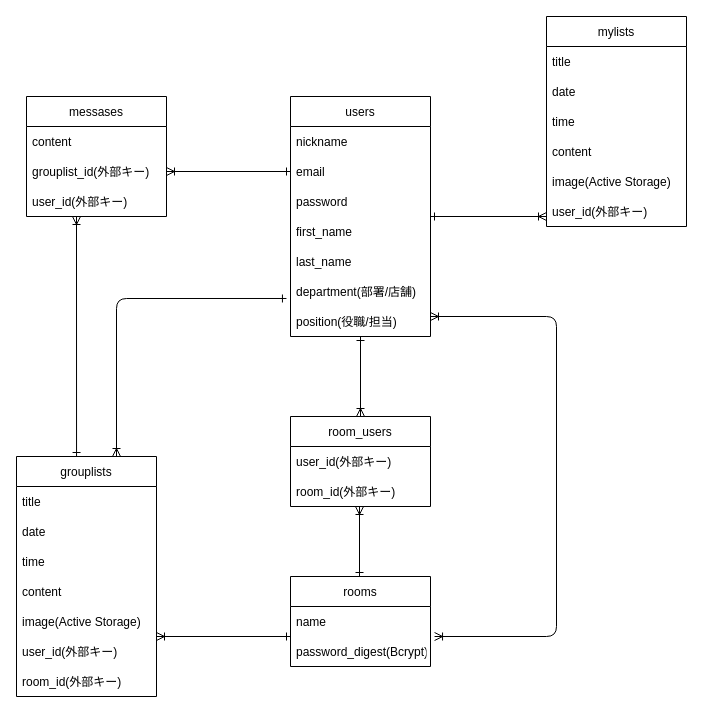
sskryu322/first-todo keeps this draw.io diagram as ER .dio. Above is the earlier version. Source tidied: cells renumbered, new cells numbered last; positions are measured from the earlier drawing's top-left corner, leaving out a move shared by most shapes. Both pictures are drawn from the tidied source at 100%, with x=0, y=0 at pixel (16, 16).
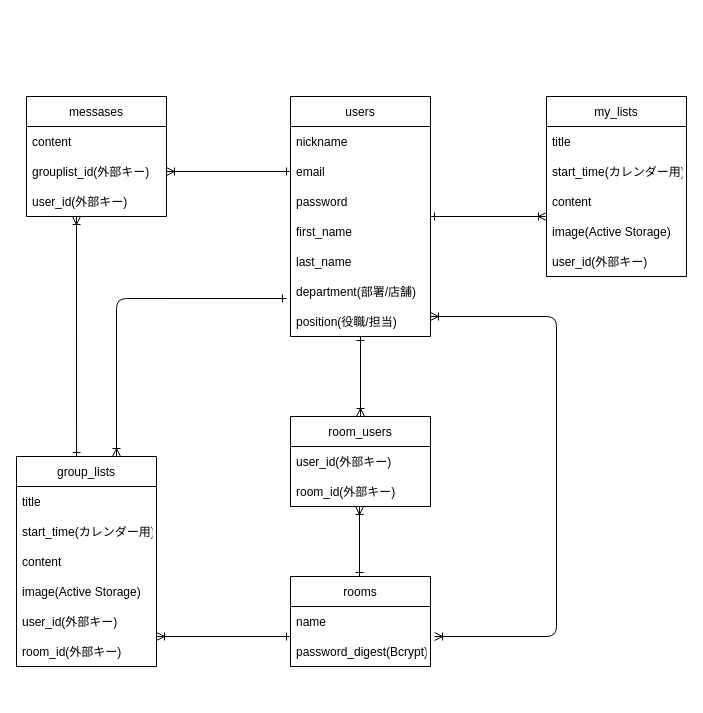
The same diagram, later.

What changed in the source:
```diff
@@
-    <mxCell id="10" value="mylists" style="swimlane;fontStyle=0;horizontal=1;startSize=30;" parent="1" vertex="1">
-      <mxGeometry x="530" width="140" height="210" as="geometry" />
+    <mxCell id="10" value="my_lists" style="swimlane;fontStyle=0;horizontal=1;startSize=30;" parent="1" vertex="1">
+      <mxGeometry x="530" y="80" width="140" height="180" as="geometry" />
     </mxCell>
@@
-    <mxCell id="12" value="date" style="text;strokeColor=none;fillColor=none;align=left;verticalAlign=middle;spacingLeft=4;spacingRight=4;overflow=hidden;" parent="10" vertex="1">
+    <mxCell id="12" value="start_time(カレンダー用)" style="text;strokeColor=none;fillColor=none;align=left;verticalAlign=middle;spacingLeft=4;spacingRight=4;overflow=hidden;" parent="10" vertex="1">
       <mxGeometry y="60" width="140" height="30" as="geometry" />
     </mxCell>
-    <mxCell id="13" value="time" style="text;strokeColor=none;fillColor=none;align=left;verticalAlign=middle;spacingLeft=4;spacingRight=4;overflow=hidden;" parent="10" vertex="1">
-      <mxGeometry y="90" width="140" height="30" as="geometry" />
-    </mxCell>
     <mxCell id="14" value="content" style="text;strokeColor=none;fillColor=none;align=left;verticalAlign=middle;spacingLeft=4;spacingRight=4;overflow=hidden;" parent="10" vertex="1">
-      <mxGeometry y="120" width="140" height="30" as="geometry" />
+      <mxGeometry y="90" width="140" height="30" as="geometry" />
     </mxCell>
     <mxCell id="15" value="image(Active Storage)" style="text;strokeColor=none;fillColor=none;align=left;verticalAlign=middle;spacingLeft=4;spacingRight=4;overflow=hidden;" parent="10" vertex="1">
-      <mxGeometry y="150" width="140" height="30" as="geometry" />
+      <mxGeometry y="120" width="140" height="30" as="geometry" />
     </mxCell>
     <mxCell id="16" value="user_id(外部キー)" style="text;strokeColor=none;fillColor=none;align=left;verticalAlign=middle;spacingLeft=4;spacingRight=4;overflow=hidden;" parent="10" vertex="1">
-      <mxGeometry y="180" width="140" height="30" as="geometry" />
+      <mxGeometry y="150" width="140" height="30" as="geometry" />
     </mxCell>
@@
-    <mxCell id="23" value="grouplists" style="swimlane;fontStyle=0;horizontal=1;startSize=30;" parent="1" vertex="1">
-      <mxGeometry y="440" width="140" height="240" as="geometry" />
+    <mxCell id="23" value="group_lists" style="swimlane;fontStyle=0;horizontal=1;startSize=30;" parent="1" vertex="1">
+      <mxGeometry y="440" width="140" height="210" as="geometry" />
     </mxCell>
@@
-    <mxCell id="25" value="date" style="text;strokeColor=none;fillColor=none;align=left;verticalAlign=middle;spacingLeft=4;spacingRight=4;overflow=hidden;" parent="23" vertex="1">
+    <mxCell id="25" value="start_time(カレンダー用)" style="text;strokeColor=none;fillColor=none;align=left;verticalAlign=middle;spacingLeft=4;spacingRight=4;overflow=hidden;" parent="23" vertex="1">
       <mxGeometry y="60" width="140" height="30" as="geometry" />
     </mxCell>
-    <mxCell id="26" value="time" style="text;strokeColor=none;fillColor=none;align=left;verticalAlign=middle;spacingLeft=4;spacingRight=4;overflow=hidden;" parent="23" vertex="1">
-      <mxGeometry y="90" width="140" height="30" as="geometry" />
-    </mxCell>
     <mxCell id="27" value="content" style="text;strokeColor=none;fillColor=none;align=left;verticalAlign=middle;spacingLeft=4;spacingRight=4;overflow=hidden;" parent="23" vertex="1">
-      <mxGeometry y="120" width="140" height="30" as="geometry" />
+      <mxGeometry y="90" width="140" height="30" as="geometry" />
     </mxCell>
     <mxCell id="28" value="image(Active Storage)" style="text;strokeColor=none;fillColor=none;align=left;verticalAlign=middle;spacingLeft=4;spacingRight=4;overflow=hidden;" parent="23" vertex="1">
-      <mxGeometry y="150" width="140" height="30" as="geometry" />
+      <mxGeometry y="120" width="140" height="30" as="geometry" />
     </mxCell>
     <mxCell id="29" value="user_id(外部キー)" style="text;strokeColor=none;fillColor=none;align=left;verticalAlign=middle;spacingLeft=4;spacingRight=4;overflow=hidden;" parent="23" vertex="1">
-      <mxGeometry y="180" width="140" height="30" as="geometry" />
+      <mxGeometry y="150" width="140" height="30" as="geometry" />
     </mxCell>
     <mxCell id="30" value="room_id(外部キー)" style="text;strokeColor=none;fillColor=none;align=left;verticalAlign=middle;spacingLeft=4;spacingRight=4;overflow=hidden;" parent="23" vertex="1">
-      <mxGeometry y="210" width="140" height="30" as="geometry" />
+      <mxGeometry y="180" width="140" height="30" as="geometry" />
     </mxCell>
```
